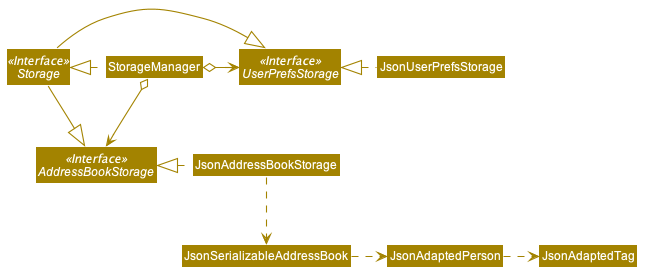
Earlier version of the PlantUML export docs/images/StorageClassDiagram.png (nus-cs2103-AY2021S2/tp).
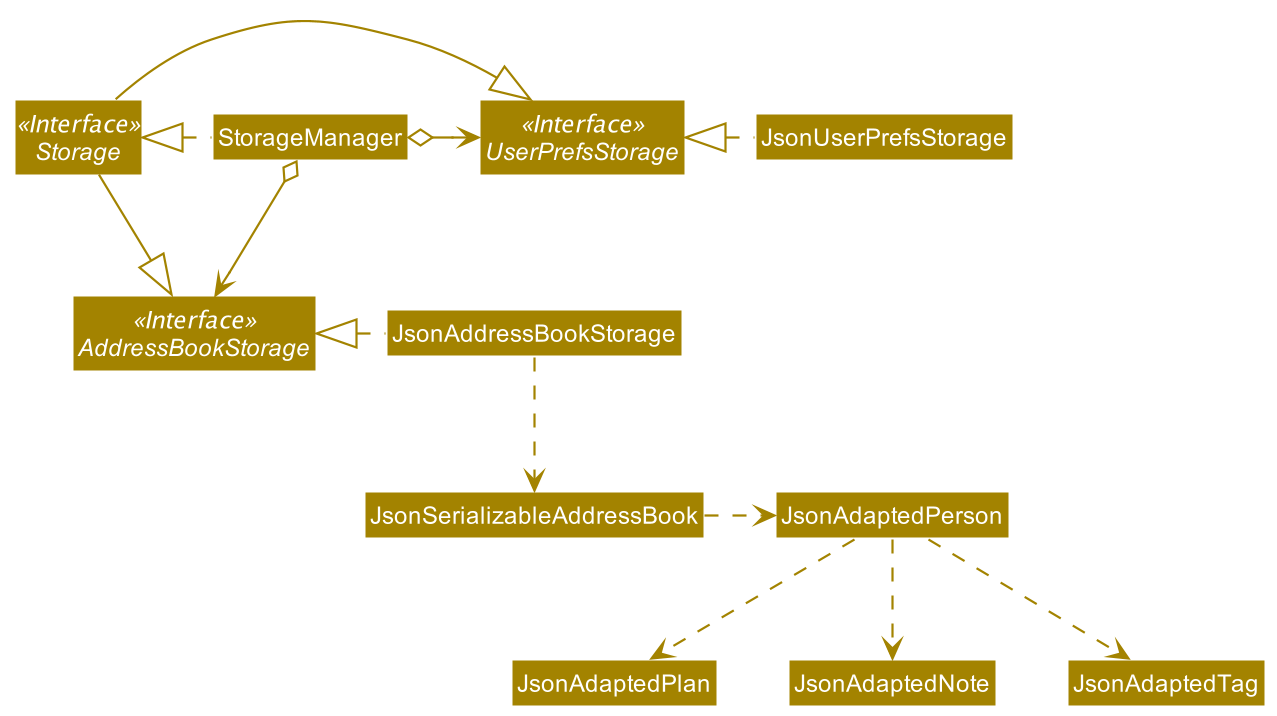
Later version of the same file.

The edit, as a diff of the source:
```diff
@@ -1,55 +1,9 @@
 @startuml
+!include style.puml
+skinparam arrowThickness 1.1
+skinparam arrowColor STORAGE_COLOR
+skinparam classBackgroundColor STORAGE_COLOR
 
-
-
-
-
-
-
-
-skinparam BackgroundColor #FFFFFFF
-
-skinparam Shadowing false
-
-skinparam Class {
-    FontColor #FFFFFF
-    BorderThickness 1
-    BorderColor #FFFFFF
-    StereotypeFontColor #FFFFFF
-    FontName Arial
-}
-
-skinparam Actor {
-    BorderColor #000000
-    Color #000000
-    FontName Arial
-}
-
-skinparam Sequence {
-    MessageAlign center
-    BoxFontSize 15
-    BoxPadding 0
-    BoxFontColor #FFFFFF
-    FontName Arial
-}
-
-skinparam Participant {
-    FontColor #FFFFFFF
-    Padding 20
-}
-
-skinparam MinClassWidth 50
-skinparam ParticipantPadding 10
-skinparam Shadowing false
-skinparam DefaultTextAlignment center
-skinparam packageStyle Rectangle
-
-hide footbox
-hide members
-hide circle
-skinparam arrowThickness 1.1
-skinparam arrowColor #A38300
-skinparam classBackgroundColor #A38300
 
 Interface Storage <<Interface>>
 Interface UserPrefsStorage <<Interface>>
@@ -58,6 +12,12 @@
 Class StorageManager
 Class JsonUserPrefsStorage
 Class JsonAddressBookStorage
+Class JsonSerializableAddressBook
+Class JsonAdaptedPerson
+Class JsonAdaptedPlan
+Class JsonAdaptedNote
+Class JsonAdaptedTag
+
 
 StorageManager .left.|> Storage
 StorageManager o-right-> UserPrefsStorage
@@ -70,5 +30,10 @@
 JsonAddressBookStorage .left.|> AddressBookStorage
 JsonAddressBookStorage .down.> JsonSerializableAddressBook
 JsonSerializableAddressBook .right.> JsonAdaptedPerson
-JsonAdaptedPerson .right.> JsonAdaptedTag
+JsonAdaptedPerson .down.> JsonAdaptedTag
+JsonAdaptedPerson .down.> JsonAdaptedPlan
+JsonAdaptedPerson .down.> JsonAdaptedNote
+
+JsonAdaptedTag -[hidden]left- JsonAdaptedNote
+JsonAdaptedNote -[hidden]left- JsonAdaptedPlan
 @enduml
```
